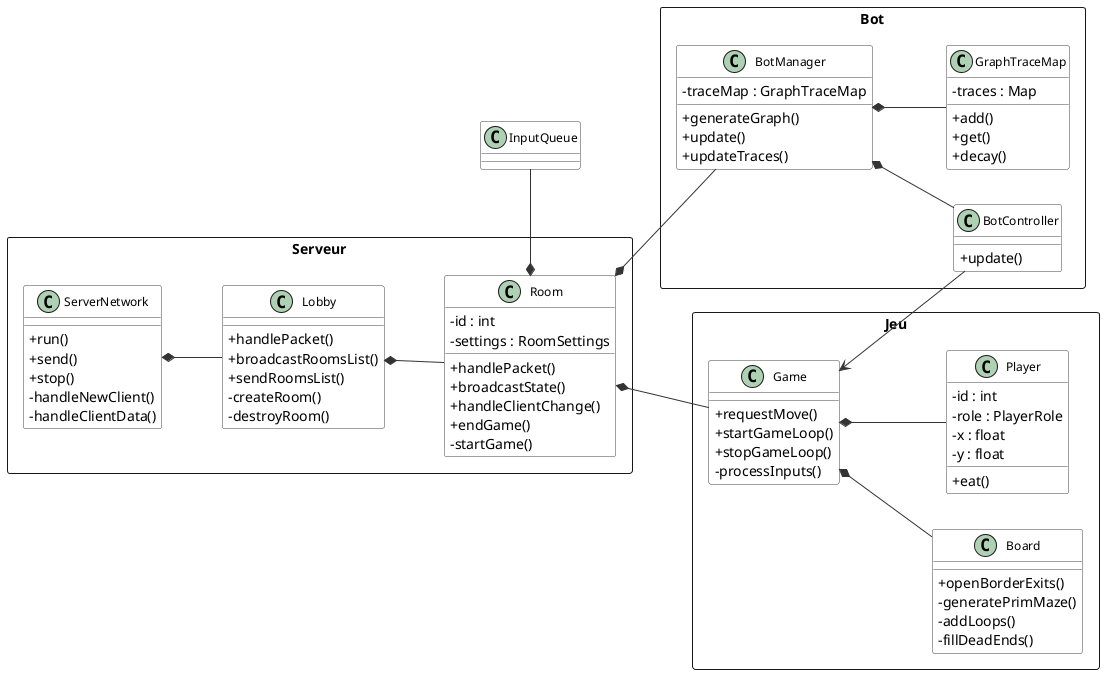
Before: Rapport/UML/PacMan_UML_Server_mini.png, a diagram exported from PlantUML (thomasctn/Projet_PacMan_En_Reseau). Source of this version:
```plantuml
@startuml
left to right direction

skinparam classAttributeIconSize 0
skinparam shadowing false
skinparam ArrowColor #333333
skinparam ArrowThickness 1
skinparam ClassFontSize 12
skinparam ClassFontName Arial
skinparam ClassBackgroundColor #fdfdfd
skinparam ClassBorderColor #444444


rectangle "Serveur" {

class ServerNetwork {

    + run()
    + send()
    + stop()
    - handleNewClient()
    - handleClientData()
}

class Lobby {

    + handlePacket()
    + broadcastRoomsList()
    + sendRoomsList()
    - createRoom()
    - destroyRoom()
}

class Room {
    - id : int
    - settings : RoomSettings

    + handlePacket()
    + broadcastState()
    + handleClientChange()
    + endGame()
    - startGame()
}
}
rectangle "Jeu" {

class Game {

    + requestMove()
    + startGameLoop()
    + stopGameLoop()
    - processInputs()
}

class Board {

    + openBorderExits()
    - generatePrimMaze()
    - addLoops()
    - fillDeadEnds()
}

class Player {
    - id : int
    - role : PlayerRole
    - x : float
    - y : float

    + eat()
}
}
rectangle "Bot" {

class BotManager {
    - traceMap : GraphTraceMap

    + generateGraph()
    + update()
    + updateTraces()
}

class BotController {
    + update()
}

class GraphTraceMap {
    - traces : Map

    + add()
    + get()
    + decay()
}
}
class InputQueue {
}



ServerNetwork *-- Lobby
Lobby *-- Room
Room *-- Game
Room *-- BotManager
Room *-- InputQueue
Game *-- Board
Game *-- Player
BotManager *-- BotController
BotManager *-- GraphTraceMap



BotController --> Game

ServerNetwork -[hidden]- Game
Player -[hidden]- BotController
InputQueue -[hidden]- ServerNetwork
InputQueue -[hidden]- BotManager


GraphTraceMap -[hidden]- Lobby







@enduml
```
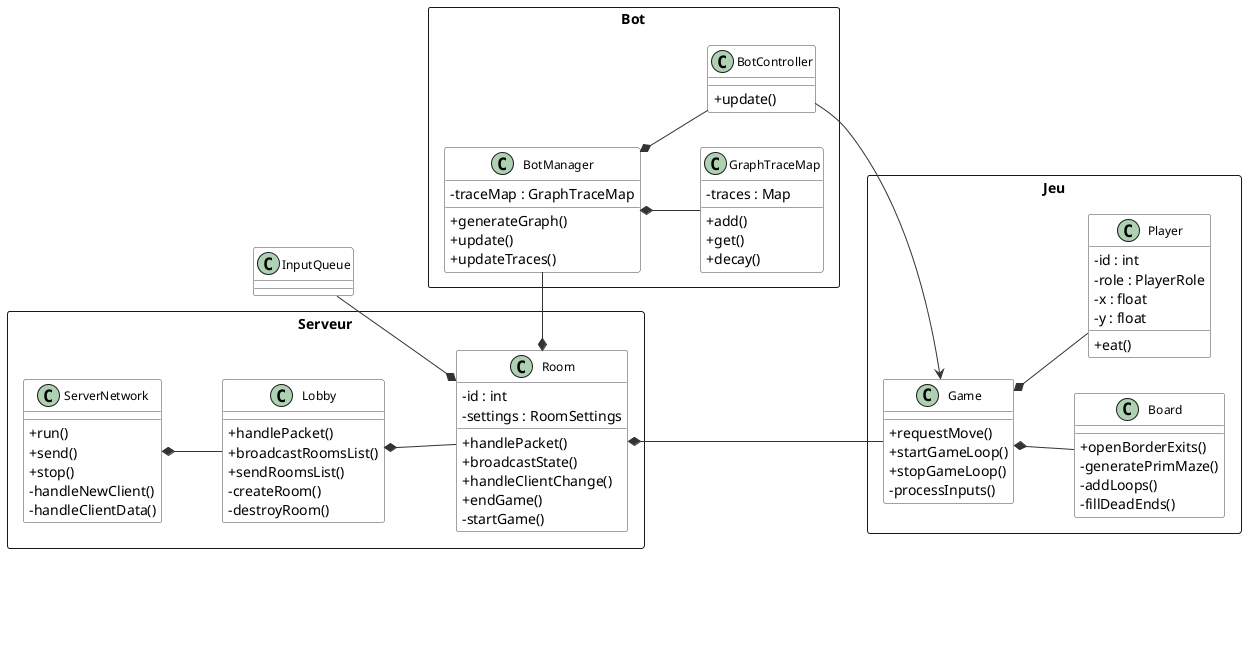
The same file after the commit.

Commit message:
update diagramme mini

The edit, as a diff of the source:
```diff
@@ -111,12 +111,13 @@
 BotController --> Game
 
 ServerNetwork -[hidden]- Game
-Player -[hidden]- BotController
+Room -[hidden]- BotController
+GraphTraceMap -[hidden]- Lobby
+
 InputQueue -[hidden]- ServerNetwork
 InputQueue -[hidden]- BotManager
 
 
-GraphTraceMap -[hidden]- Lobby
 
 
 
```
